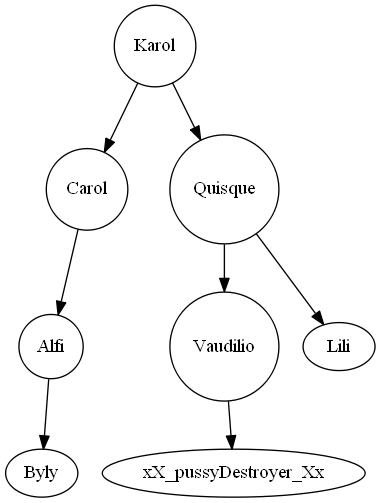
Earlier version of the Graphviz export ArbolBinBusqueda.png (ByLy23/Scrabble_CPP). Its source is kept beside it as ArbolBinBusqueda.dot.
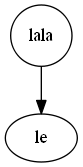
Later version of the same file.

What changed in the source:
```diff
@@ -1,18 +1,6 @@
 digraph graficaArbolito{
  linkdir=LR
-Karol[shape= circle label="Karol"];
-Carol[shape= circle label="Carol"];
-Alfi[shape= circle label="Alfi"];
-Karol[shape= circle label="Karol"];
-Quisque[shape= circle label="Quisque"];
-Quisque[shape= circle label="Quisque"];
-Vaudilio[shape= circle label="Vaudilio"];
+lala[shape= circle label="lala"];
 
-Karol->Carol
-Carol->Alfi
-Alfi->Byly
-Karol->Quisque
-Quisque->Lili
-Quisque->Vaudilio
-Vaudilio->xX_pussyDestroyer_Xx
+lala->le
 }
```
